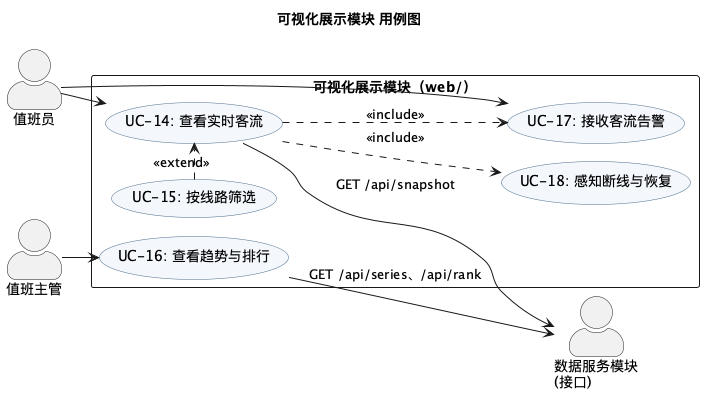
Above: docs/03-建模/图/05-用例图-可视化展示.png in Xuzhaopu04/metro-flow-dashboard (PlantUML), before the change. The source it was exported from:
```plantuml
@startuml 05-用例图-可视化展示
!pragma layout smetana
title 可视化展示模块 用例图
left to right direction
skinparam shadowing false
skinparam actorStyle awesome
skinparam packageStyle rectangle
skinparam usecase {
  BackgroundColor #F4F8FD
  BorderColor #4A6B8A
}

actor "值班员" as guard
actor "值班主管" as lead
actor "数据服务模块\n(接口)" as api

rectangle "可视化展示模块（web/）" {
  usecase "UC-14: 查看实时客流" as UC14
  usecase "UC-15: 按线路筛选" as UC15
  usecase "UC-16: 查看趋势与排行" as UC16
  usecase "UC-17: 接收客流告警" as UC17
  usecase "UC-18: 感知断线与恢复" as UC18
}

guard --> UC14
guard --> UC17
lead --> UC16

UC15 .> UC14 : <<extend>>
UC14 ..> UC17 : <<include>>
UC14 ..> UC18 : <<include>>

UC14 --> api : GET /api/snapshot
UC16 --> api : GET /api/series、/api/rank
@enduml
```
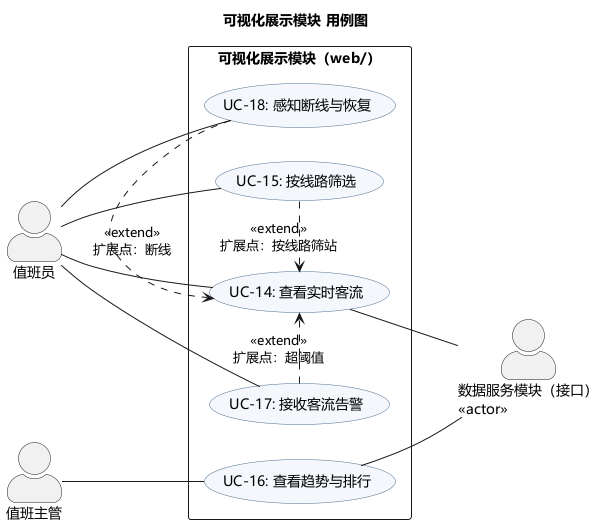
The same diagram one commit later.

Change to the diagram source:
```diff
@@ -1,8 +1,8 @@
 @startuml 05-用例图-可视化展示
-!pragma layout smetana
 title 可视化展示模块 用例图
 left to right direction
 skinparam shadowing false
+skinparam defaultFontName "Microsoft YaHei"
 skinparam actorStyle awesome
 skinparam packageStyle rectangle
 skinparam usecase {
@@ -12,7 +12,7 @@
 
 actor "值班员" as guard
 actor "值班主管" as lead
-actor "数据服务模块\n(接口)" as api
+actor "数据服务模块（接口）\n«actor»" as api
 
 rectangle "可视化展示模块（web/）" {
   usecase "UC-14: 查看实时客流" as UC14
@@ -22,14 +22,16 @@
   usecase "UC-18: 感知断线与恢复" as UC18
 }
 
-guard --> UC14
-guard --> UC17
-lead --> UC16
+guard -- UC14
+guard -- UC15
+guard -- UC17
+guard -- UC18
+lead -- UC16
 
-UC15 .> UC14 : <<extend>>
-UC14 ..> UC17 : <<include>>
-UC14 ..> UC18 : <<include>>
+UC14 -- api
+UC16 -- api
 
-UC14 --> api : GET /api/snapshot
-UC16 --> api : GET /api/series、/api/rank
+UC15 .> UC14 : <<extend>>\n扩展点：按线路筛站
+UC17 .> UC14 : <<extend>>\n扩展点：超阈值
+UC18 .> UC14 : <<extend>>\n扩展点：断线
 @enduml
```
